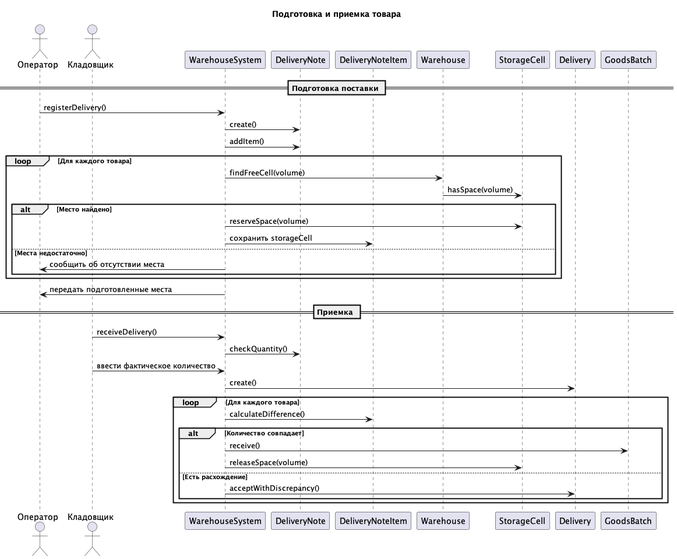
This is img/Посл1.png from penamarth/bsbo-11-24_team1_var6_storage, a PlantUML export, as it was before one commit.
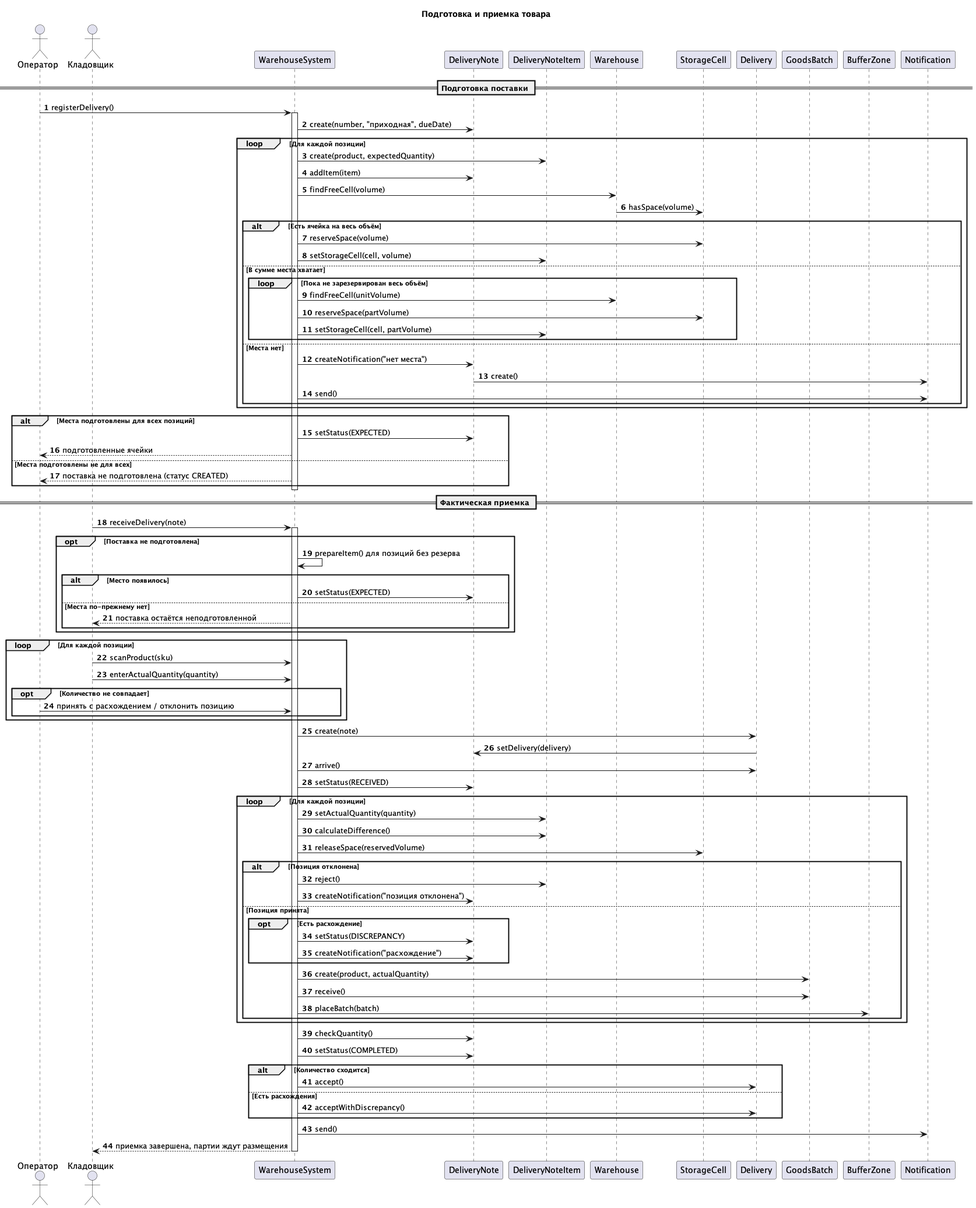
After the change.

Diff of the diagram source:
```diff
@@ -1,54 +1,114 @@
 @startuml
 title Подготовка и приемка товара
 
-actor Оператор
-actor Кладовщик
+autonumber
 
-participant WarehouseSystem
-participant DeliveryNote
-participant DeliveryNoteItem
-participant Warehouse
-participant StorageCell
-participant Delivery
-participant GoodsBatch
+actor "Оператор" as Operator
+actor "Кладовщик" as Worker
+
+participant "WarehouseSystem" as System
+participant "DeliveryNote" as Note
+participant "DeliveryNoteItem" as Item
+participant "Warehouse" as Warehouse
+participant "StorageCell" as Cell
+participant "Delivery" as Delivery
+participant "GoodsBatch" as Batch
+participant "BufferZone" as Zone
+participant "Notification" as Notif
 
 == Подготовка поставки ==
 
-Оператор -> WarehouseSystem: registerDelivery()
-WarehouseSystem -> DeliveryNote: create()
-WarehouseSystem -> DeliveryNote: addItem()
+Operator -> System: registerDelivery()
+activate System
+System -> Note: create(number, "приходная", dueDate)
 
-loop Для каждого товара
-    WarehouseSystem -> Warehouse: findFreeCell(volume)
-    Warehouse -> StorageCell: hasSpace(volume)
+loop Для каждой позиции
+    System -> Item: create(product, expectedQuantity)
+    System -> Note: addItem(item)
+    System -> Warehouse: findFreeCell(volume)
+    Warehouse -> Cell: hasSpace(volume)
 
-    alt Место найдено
-        WarehouseSystem -> StorageCell: reserveSpace(volume)
-        WarehouseSystem -> DeliveryNoteItem: сохранить storageCell
-    else Места недостаточно
-        WarehouseSystem -> Оператор: сообщить об отсутствии места
+    alt Есть ячейка на весь объём
+        System -> Cell: reserveSpace(volume)
+        System -> Item: setStorageCell(cell, volume)
+    else В сумме места хватает
+        loop Пока не зарезервирован весь объём
+            System -> Warehouse: findFreeCell(unitVolume)
+            System -> Cell: reserveSpace(partVolume)
+            System -> Item: setStorageCell(cell, partVolume)
+        end
+    else Места нет
+        System -> Note: createNotification("нет места")
+        Note -> Notif: create()
+        System -> Notif: send()
     end
 end
 
-WarehouseSystem -> Оператор: передать подготовленные места
+alt Места подготовлены для всех позиций
+    System -> Note: setStatus(EXPECTED)
+    System --> Operator: подготовленные ячейки
+else Места подготовлены не для всех
+    System --> Operator: поставка не подготовлена (статус CREATED)
+end
+deactivate System
 
-== Приемка ==
+== Фактическая приемка ==
 
-Кладовщик -> WarehouseSystem: receiveDelivery()
-WarehouseSystem -> DeliveryNote: checkQuantity()
+Worker -> System: receiveDelivery(note)
+activate System
 
-Кладовщик -> WarehouseSystem: ввести фактическое количество
-WarehouseSystem -> Delivery: create()
-
-loop Для каждого товара
-    WarehouseSystem -> DeliveryNoteItem: calculateDifference()
-
-    alt Количество совпадает
-        WarehouseSystem -> GoodsBatch: receive()
-        WarehouseSystem -> StorageCell: releaseSpace(volume)
-    else Есть расхождение
-        WarehouseSystem -> Delivery: acceptWithDiscrepancy()
+opt Поставка не подготовлена
+    System -> System: prepareItem() для позиций без резерва
+    alt Место появилось
+        System -> Note: setStatus(EXPECTED)
+    else Места по-прежнему нет
+        System --> Worker: поставка остаётся неподготовленной
     end
 end
 
+loop Для каждой позиции
+    Worker -> System: scanProduct(sku)
+    Worker -> System: enterActualQuantity(quantity)
+    opt Количество не совпадает
+        Operator -> System: принять с расхождением / отклонить позицию
+    end
+end
+
+System -> Delivery: create(note)
+Delivery -> Note: setDelivery(delivery)
+System -> Delivery: arrive()
+System -> Note: setStatus(RECEIVED)
+
+loop Для каждой позиции
+    System -> Item: setActualQuantity(quantity)
+    System -> Item: calculateDifference()
+    System -> Cell: releaseSpace(reservedVolume)
+
+    alt Позиция отклонена
+        System -> Item: reject()
+        System -> Note: createNotification("позиция отклонена")
+    else Позиция принята
+        opt Есть расхождение
+            System -> Note: setStatus(DISCREPANCY)
+            System -> Note: createNotification("расхождение")
+        end
+        System -> Batch: create(product, actualQuantity)
+        System -> Batch: receive()
+        System -> Zone: placeBatch(batch)
+    end
+end
+
+System -> Note: checkQuantity()
+System -> Note: setStatus(COMPLETED)
+
+alt Количество сходится
+    System -> Delivery: accept()
+else Есть расхождения
+    System -> Delivery: acceptWithDiscrepancy()
+end
+
+System -> Notif: send()
+System --> Worker: приемка завершена, партии ждут размещения
+deactivate System
+
 @enduml
```
